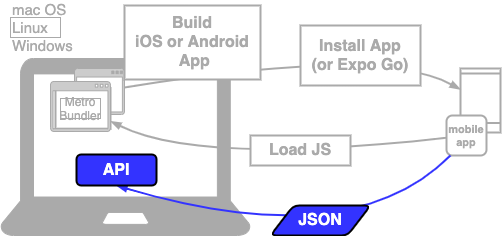
ws-4020/mobile-app-crib-notes keeps this draw.io diagram as docs/react-native/learn/todo-app/networking/add-api-to-env.png. Above is the earlier version. Source tidied: cells renumbered, new cells last; positions are measured from the earlier drawing's top-left corner, leaving out a move shared by most shapes. Its diagram source:
```xml
<mxGraphModel>
  <root>
    <mxCell id="0" />
    <mxCell id="1" parent="0" />
    <mxCell id="2" style="html=1;verticalLabelPosition=bottom;align=center;labelBackgroundColor=#ffffff;verticalAlign=top;strokeWidth=2;shadow=0;dashed=0;shape=mxgraph.ios7.icons.smartphone;strokeColor=#AAAAAA;fontColor=#AAAAAA;" parent="1" vertex="1">
      <mxGeometry x="460" y="63" width="40" height="64" as="geometry" />
    </mxCell>
    <mxCell id="3" value="mac OS&lt;br style=&quot;font-size: 15px;&quot;&gt;&lt;div style=&quot;font-size: 15px;&quot;&gt;&lt;span style=&quot;font-size: 15px;&quot;&gt;Linux&lt;/span&gt;&lt;/div&gt;Windows" style="text;html=1;fillColor=none;align=left;verticalAlign=middle;whiteSpace=wrap;rounded=0;fontFamily=Helvetica;fontSize=15;strokeColor=#AAAAAA;fontColor=#AAAAAA;" parent="1" vertex="1">
      <mxGeometry x="10" y="12" width="50" height="20" as="geometry" />
    </mxCell>
    <mxCell id="4" value="&lt;font&gt;mobile&lt;br&gt;app&lt;br&gt;&lt;/font&gt;" style="rounded=1;whiteSpace=wrap;html=1;strokeWidth=2;fontSize=11;strokeColor=#AAAAAA;fontColor=#AAAAAA;fontStyle=1;" parent="1" vertex="1">
      <mxGeometry x="446" y="110" width="40" height="40" as="geometry" />
    </mxCell>
    <mxCell id="5" style="endArrow=none;html=1;curved=1;endFill=0;startArrow=blockThin;startFill=1;strokeWidth=2;strokeColor=#AAAAAA;fontColor=#AAAAAA;" parent="1" edge="1" source="9" target="4">
      <mxGeometry relative="1" as="geometry">
        <Array as="points">
          <mxPoint x="200" y="160" />
        </Array>
      </mxGeometry>
    </mxCell>
    <mxCell id="6" style="shadow=0;dashed=0;html=1;labelPosition=center;verticalLabelPosition=bottom;verticalAlign=top;align=center;shape=mxgraph.office.devices.laptop;labelBackgroundColor=none;fillColor=#aaa;strokeColor=#AAAAAA;fontColor=#AAAAAA;" parent="1" vertex="1">
      <mxGeometry y="53" width="250" height="177" as="geometry" />
    </mxCell>
    <mxCell id="7" style="shadow=0;dashed=0;html=1;labelPosition=center;verticalLabelPosition=bottom;verticalAlign=top;outlineConnect=0;align=center;shape=mxgraph.office.concepts.application_generic;labelBackgroundColor=#FFFFFF;fontFamily=Helvetica;fontSize=10;fillColor=#CCCCCC;strokeColor=#AAAAAA;fontColor=#AAAAAA;" parent="1" vertex="1">
      <mxGeometry x="74" y="63" width="50" height="46" as="geometry" />
    </mxCell>
    <mxCell id="8" style="rounded=0;whiteSpace=wrap;html=1;strokeWidth=2;fillColor=#ffffff;fontSize=18;strokeColor=#AAAAAA;fontColor=#AAAAAA;" parent="1" vertex="1">
      <mxGeometry x="55" y="82.8" width="55" height="40.4" as="geometry" />
    </mxCell>
    <mxCell id="9" style="shadow=0;dashed=0;html=1;labelPosition=center;verticalLabelPosition=bottom;verticalAlign=top;outlineConnect=0;align=center;shape=mxgraph.office.concepts.application_generic;labelBackgroundColor=#FFFFFF;fontFamily=Helvetica;fontSize=10;fillColor=#CCCCCC;strokeColor=#AAAAAA;fontColor=#AAAAAA;" parent="1" vertex="1">
      <mxGeometry x="50" y="76" width="60" height="50" as="geometry" />
    </mxCell>
    <mxCell id="10" value="Metro&lt;br style=&quot;font-size: 12px;&quot;&gt;Bundler" style="text;html=1;fillColor=none;align=center;verticalAlign=middle;whiteSpace=wrap;rounded=0;shadow=0;labelBackgroundColor=none;fontFamily=Helvetica;fontSize=12;strokeColor=#AAAAAA;fontColor=#AAAAAA;" parent="1" vertex="1">
      <mxGeometry x="60" y="93" width="40" height="20" as="geometry" />
    </mxCell>
    <mxCell id="11" style="endArrow=none;html=1;curved=1;endFill=0;startArrow=blockThin;startFill=1;strokeWidth=2;strokeColor=#AAAAAA;fontColor=#AAAAAA;" parent="1" edge="1" source="2" target="7">
      <mxGeometry relative="1" as="geometry">
        <Array as="points">
          <mxPoint x="380" y="40" />
        </Array>
      </mxGeometry>
    </mxCell>
    <mxCell id="12" value="Install App&lt;br&gt;(or&amp;nbsp;Expo Go)" style="rounded=0;whiteSpace=wrap;html=1;labelBackgroundColor=#ffffff;strokeWidth=2;fillColor=#ffffff;fontSize=16;fontStyle=1;strokeColor=#AAAAAA;fontColor=#AAAAAA;" parent="1" vertex="1">
      <mxGeometry x="300" y="20" width="120" height="60" as="geometry" />
    </mxCell>
    <mxCell id="13" value="Load JS" style="rounded=0;whiteSpace=wrap;html=1;labelBackgroundColor=#ffffff;strokeWidth=2;fillColor=#ffffff;fontSize=16;fontStyle=1;perimeterSpacing=0;strokeColor=#AAAAAA;fontColor=#AAAAAA;" parent="1" vertex="1">
      <mxGeometry x="250" y="130" width="100" height="30" as="geometry" />
    </mxCell>
    <mxCell id="14" value="Build&lt;br&gt;iOS or Android&lt;br&gt;&amp;nbsp;App" style="rounded=0;whiteSpace=wrap;html=1;labelBackgroundColor=#ffffff;strokeWidth=2;fillColor=#ffffff;fontSize=16;fontStyle=1;strokeColor=#AAAAAA;fontColor=#AAAAAA;" parent="1" vertex="1">
      <mxGeometry x="124" width="136" height="74" as="geometry" />
    </mxCell>
    <mxCell id="15" style="endArrow=none;html=1;curved=1;endFill=0;startArrow=blockThin;startFill=1;strokeWidth=2;exitX=0.5;exitY=1;exitDx=0;exitDy=0;strokeColor=#3333FF;" parent="1" edge="1" source="17">
      <mxGeometry relative="1" as="geometry">
        <mxPoint x="450" y="150" as="targetPoint" />
        <Array as="points">
          <mxPoint x="350" y="250" />
        </Array>
      </mxGeometry>
    </mxCell>
    <mxCell id="16" value="JSON" style="shape=parallelogram;html=1;strokeWidth=2;perimeter=parallelogramPerimeter;whiteSpace=wrap;rounded=1;arcSize=12;size=0.23;labelBackgroundColor=#3333FF;sketch=0;fontColor=#FFFFFF;fillColor=#3333FF;fontSize=16;fontStyle=1;" parent="1" vertex="1">
      <mxGeometry x="270" y="200" width="100" height="30" as="geometry" />
    </mxCell>
    <mxCell id="17" value="API" style="rounded=1;whiteSpace=wrap;html=1;labelBackgroundColor=#3333FF;sketch=0;fontColor=#FFFFFF;fillColor=#3333FF;fontSize=16;fontStyle=1;strokeWidth=2;" parent="1" vertex="1">
      <mxGeometry x="76" y="149" width="80" height="31" as="geometry" />
    </mxCell>
  </root>
</mxGraphModel>
```
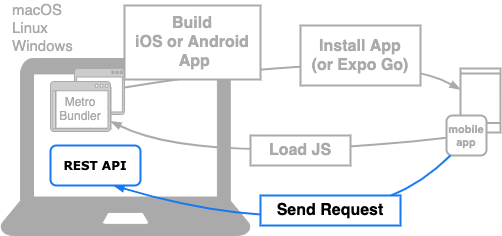
After the commit.

Diff of the diagram source:
```diff
@@ -5,7 +5,7 @@
     <mxCell id="2" style="html=1;verticalLabelPosition=bottom;align=center;labelBackgroundColor=#ffffff;verticalAlign=top;strokeWidth=2;shadow=0;dashed=0;shape=mxgraph.ios7.icons.smartphone;strokeColor=#AAAAAA;fontColor=#AAAAAA;" parent="1" vertex="1">
       <mxGeometry x="460" y="63" width="40" height="64" as="geometry" />
     </mxCell>
-    <mxCell id="3" value="mac OS&lt;br style=&quot;font-size: 15px;&quot;&gt;&lt;div style=&quot;font-size: 15px;&quot;&gt;&lt;span style=&quot;font-size: 15px;&quot;&gt;Linux&lt;/span&gt;&lt;/div&gt;Windows" style="text;html=1;fillColor=none;align=left;verticalAlign=middle;whiteSpace=wrap;rounded=0;fontFamily=Helvetica;fontSize=15;strokeColor=#AAAAAA;fontColor=#AAAAAA;" parent="1" vertex="1">
+    <mxCell id="3" value="macOS&lt;br style=&quot;font-size: 15px&quot;&gt;&lt;div style=&quot;font-size: 15px&quot;&gt;&lt;span style=&quot;font-size: 15px&quot;&gt;Linux&lt;/span&gt;&lt;/div&gt;Windows" style="text;html=1;fillColor=none;align=left;verticalAlign=middle;whiteSpace=wrap;rounded=0;fontFamily=Helvetica;fontSize=15;fontColor=#AAAAAA;" parent="1" vertex="1">
       <mxGeometry x="10" y="12" width="50" height="20" as="geometry" />
     </mxCell>
     <mxCell id="4" value="&lt;font&gt;mobile&lt;br&gt;app&lt;br&gt;&lt;/font&gt;" style="rounded=1;whiteSpace=wrap;html=1;strokeWidth=2;fontSize=11;strokeColor=#AAAAAA;fontColor=#AAAAAA;fontStyle=1;" parent="1" vertex="1">
@@ -18,7 +18,7 @@
         </Array>
       </mxGeometry>
     </mxCell>
-    <mxCell id="6" style="shadow=0;dashed=0;html=1;labelPosition=center;verticalLabelPosition=bottom;verticalAlign=top;align=center;shape=mxgraph.office.devices.laptop;labelBackgroundColor=none;fillColor=#aaa;strokeColor=#AAAAAA;fontColor=#AAAAAA;" parent="1" vertex="1">
+    <mxCell id="6" style="shadow=0;dashed=0;html=1;labelPosition=center;verticalLabelPosition=bottom;verticalAlign=top;align=center;shape=mxgraph.office.devices.laptop;labelBackgroundColor=none;fillColor=#aaa;strokeColor=#AAAAAA;fontColor=#AAA;" parent="1" vertex="1">
       <mxGeometry y="53" width="250" height="177" as="geometry" />
     </mxCell>
     <mxCell id="7" style="shadow=0;dashed=0;html=1;labelPosition=center;verticalLabelPosition=bottom;verticalAlign=top;outlineConnect=0;align=center;shape=mxgraph.office.concepts.application_generic;labelBackgroundColor=#FFFFFF;fontFamily=Helvetica;fontSize=10;fillColor=#CCCCCC;strokeColor=#AAAAAA;fontColor=#AAAAAA;" parent="1" vertex="1">
@@ -30,7 +30,7 @@
     <mxCell id="9" style="shadow=0;dashed=0;html=1;labelPosition=center;verticalLabelPosition=bottom;verticalAlign=top;outlineConnect=0;align=center;shape=mxgraph.office.concepts.application_generic;labelBackgroundColor=#FFFFFF;fontFamily=Helvetica;fontSize=10;fillColor=#CCCCCC;strokeColor=#AAAAAA;fontColor=#AAAAAA;" parent="1" vertex="1">
       <mxGeometry x="50" y="76" width="60" height="50" as="geometry" />
     </mxCell>
-    <mxCell id="10" value="Metro&lt;br style=&quot;font-size: 12px;&quot;&gt;Bundler" style="text;html=1;fillColor=none;align=center;verticalAlign=middle;whiteSpace=wrap;rounded=0;shadow=0;labelBackgroundColor=none;fontFamily=Helvetica;fontSize=12;strokeColor=#AAAAAA;fontColor=#AAAAAA;" parent="1" vertex="1">
+    <mxCell id="10" value="Metro&lt;br style=&quot;font-size: 12px;&quot;&gt;Bundler" style="text;html=1;fillColor=none;align=center;verticalAlign=middle;whiteSpace=wrap;rounded=0;shadow=0;labelBackgroundColor=none;fontFamily=Helvetica;fontSize=12;fontColor=#AAAAAA;" parent="1" vertex="1">
       <mxGeometry x="60" y="93" width="40" height="20" as="geometry" />
     </mxCell>
     <mxCell id="11" style="endArrow=none;html=1;curved=1;endFill=0;startArrow=blockThin;startFill=1;strokeWidth=2;strokeColor=#AAAAAA;fontColor=#AAAAAA;" parent="1" edge="1" source="2" target="7">
@@ -49,19 +49,20 @@
     <mxCell id="14" value="Build&lt;br&gt;iOS or Android&lt;br&gt;&amp;nbsp;App" style="rounded=0;whiteSpace=wrap;html=1;labelBackgroundColor=#ffffff;strokeWidth=2;fillColor=#ffffff;fontSize=16;fontStyle=1;strokeColor=#AAAAAA;fontColor=#AAAAAA;" parent="1" vertex="1">
       <mxGeometry x="124" width="136" height="74" as="geometry" />
     </mxCell>
-    <mxCell id="15" style="endArrow=none;html=1;curved=1;endFill=0;startArrow=blockThin;startFill=1;strokeWidth=2;exitX=0.5;exitY=1;exitDx=0;exitDy=0;strokeColor=#3333FF;" parent="1" edge="1" source="17">
+    <mxCell id="15" style="endArrow=none;html=1;curved=1;endFill=0;startArrow=blockThin;startFill=1;strokeWidth=2;exitX=0.5;exitY=1;exitDx=0;exitDy=0;strokeColor=#1778F2;" parent="1" edge="1">
       <mxGeometry relative="1" as="geometry">
+        <mxPoint x="113" y="180" as="sourcePoint" />
         <mxPoint x="450" y="150" as="targetPoint" />
         <Array as="points">
           <mxPoint x="350" y="250" />
         </Array>
       </mxGeometry>
     </mxCell>
-    <mxCell id="16" value="JSON" style="shape=parallelogram;html=1;strokeWidth=2;perimeter=parallelogramPerimeter;whiteSpace=wrap;rounded=1;arcSize=12;size=0.23;labelBackgroundColor=#3333FF;sketch=0;fontColor=#FFFFFF;fillColor=#3333FF;fontSize=16;fontStyle=1;" parent="1" vertex="1">
-      <mxGeometry x="270" y="200" width="100" height="30" as="geometry" />
-    </mxCell>
-    <mxCell id="17" value="API" style="rounded=1;whiteSpace=wrap;html=1;labelBackgroundColor=#3333FF;sketch=0;fontColor=#FFFFFF;fillColor=#3333FF;fontSize=16;fontStyle=1;strokeWidth=2;" parent="1" vertex="1">
-      <mxGeometry x="76" y="149" width="80" height="31" as="geometry" />
-    </mxCell>
+    <mxCell id="18" value="Send Request" style="rounded=0;whiteSpace=wrap;html=1;labelBackgroundColor=#ffffff;strokeWidth=2;fillColor=#ffffff;fontSize=16;fontStyle=1;perimeterSpacing=0;strokeColor=#1778F2;fontColor=#000;" parent="1" vertex="1">
+      <mxGeometry x="260" y="190" width="140" height="30" as="geometry" />
+    </mxCell>
+    <mxCell id="19" value="&lt;font face=&quot;Verdana&quot;&gt;REST API&lt;/font&gt;" style="rounded=1;whiteSpace=wrap;html=1;fontSize=12;fontStyle=1;strokeColor=#1778F2;strokeWidth=2;" parent="1" vertex="1">
+      <mxGeometry x="50" y="140" width="90" height="40" as="geometry" />
+    </mxCell>
   </root>
 </mxGraphModel>
```
